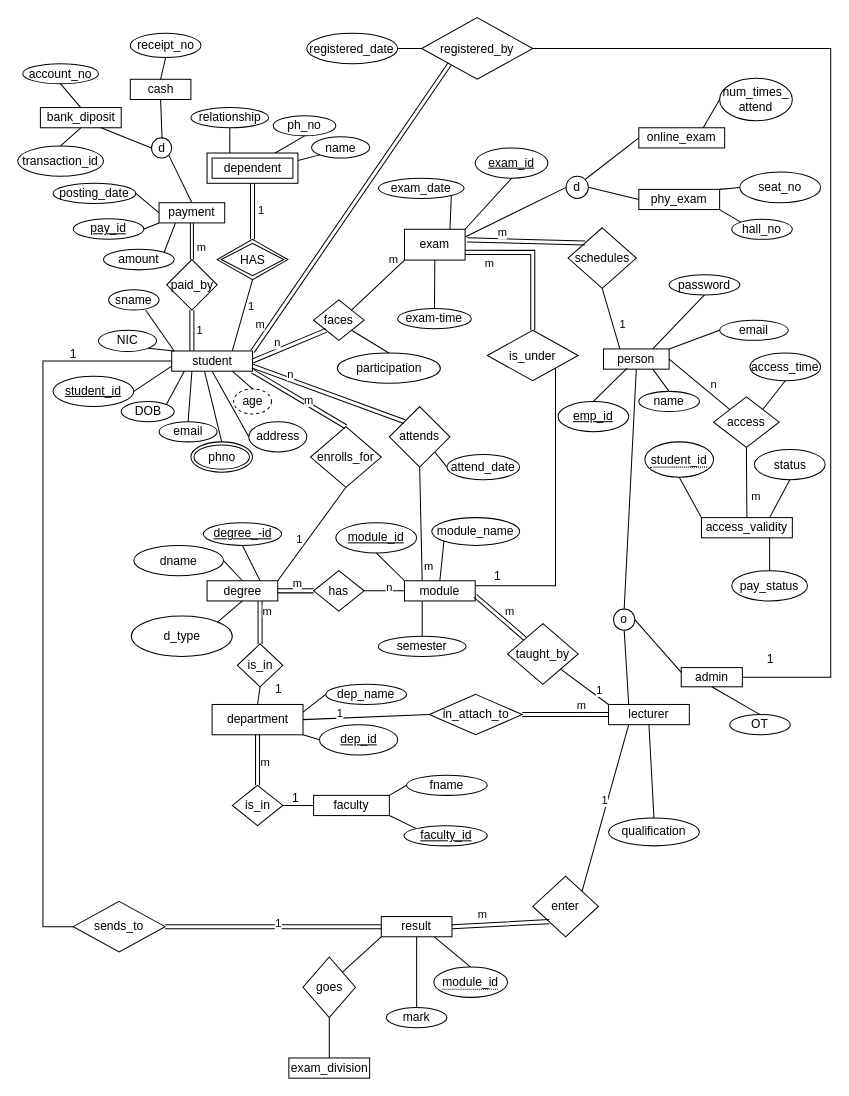
Earlier version of the draw.io diagram management.drawio (Dinuvi9170/NSBM-Green-University). Source tidied: cells renumbered, new cells numbered last; positions are measured from the earlier drawing's top-left corner, leaving out a move shared by most shapes. Both pictures are drawn from the tidied source at 101%, with x=0, y=0 at pixel (17, 17).
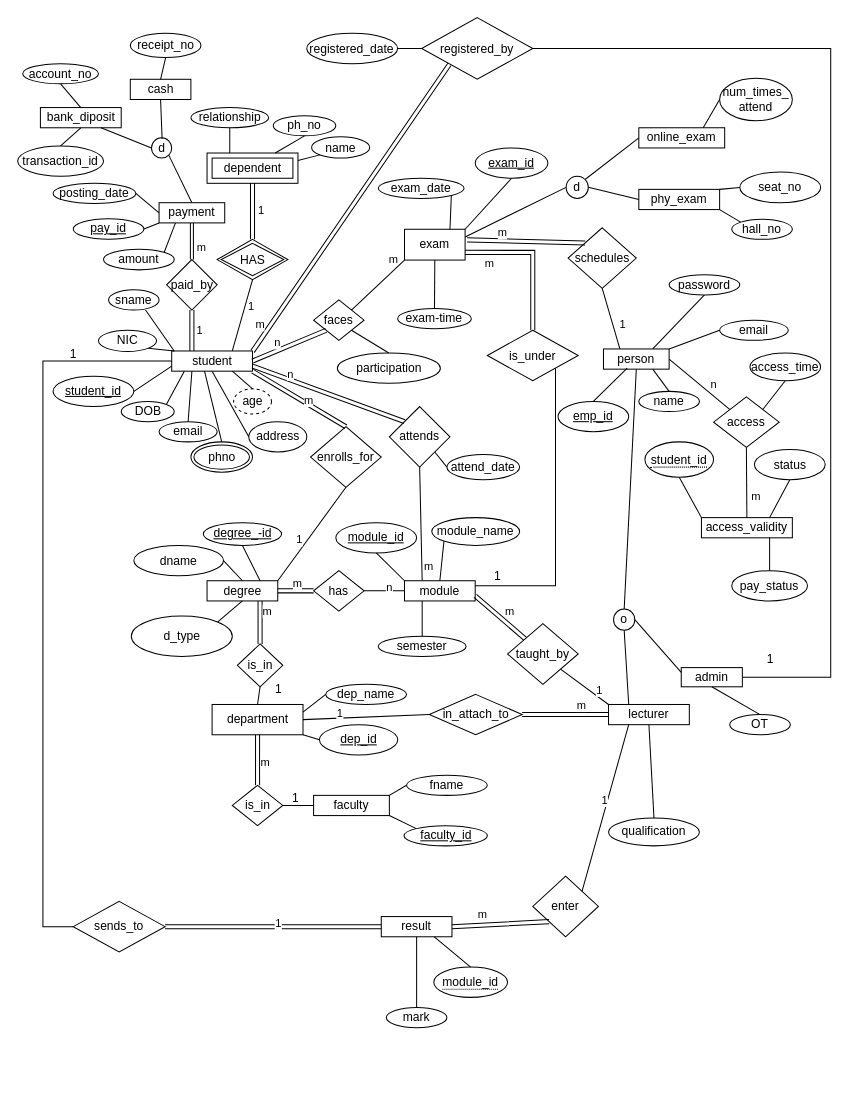
The same page after the edit.

The change refers to these unchanged cells:
```xml
<mxCell id="14" value="result" style="rounded=0;whiteSpace=wrap;html=1;" parent="1" vertex="1">
  <mxGeometry x="360" y="890" width="70" height="20" as="geometry" />
</mxCell>
```

Change to the diagram source:
```diff
@@
-    <mxCell id="3" value="exam_division" style="rounded=0;whiteSpace=wrap;html=1;" parent="1" vertex="1">
-      <mxGeometry x="268.5" y="1030" width="80" height="20" as="geometry" />
-    </mxCell>
@@
-    <mxCell id="28" value="goes" style="rhombus;whiteSpace=wrap;html=1;" parent="1" vertex="1">
-      <mxGeometry x="282.5" y="930" width="52" height="60" as="geometry" />
-    </mxCell>
@@
-    <mxCell id="53" style="endArrow=none;html=1;rounded=0;entryX=0;entryY=1;entryDx=0;entryDy=0;exitX=1;exitY=0;exitDx=0;exitDy=0;" parent="1" edge="1" source="28" target="14">
-      <mxGeometry relative="1" as="geometry" />
-    </mxCell>
-    <mxCell id="54" style="endArrow=none;html=1;rounded=0;entryX=0.5;entryY=1;entryDx=0;entryDy=0;exitX=0.5;exitY=0;exitDx=0;exitDy=0;" parent="1" edge="1" source="3" target="28">
-      <mxGeometry relative="1" as="geometry" />
-    </mxCell>
```
